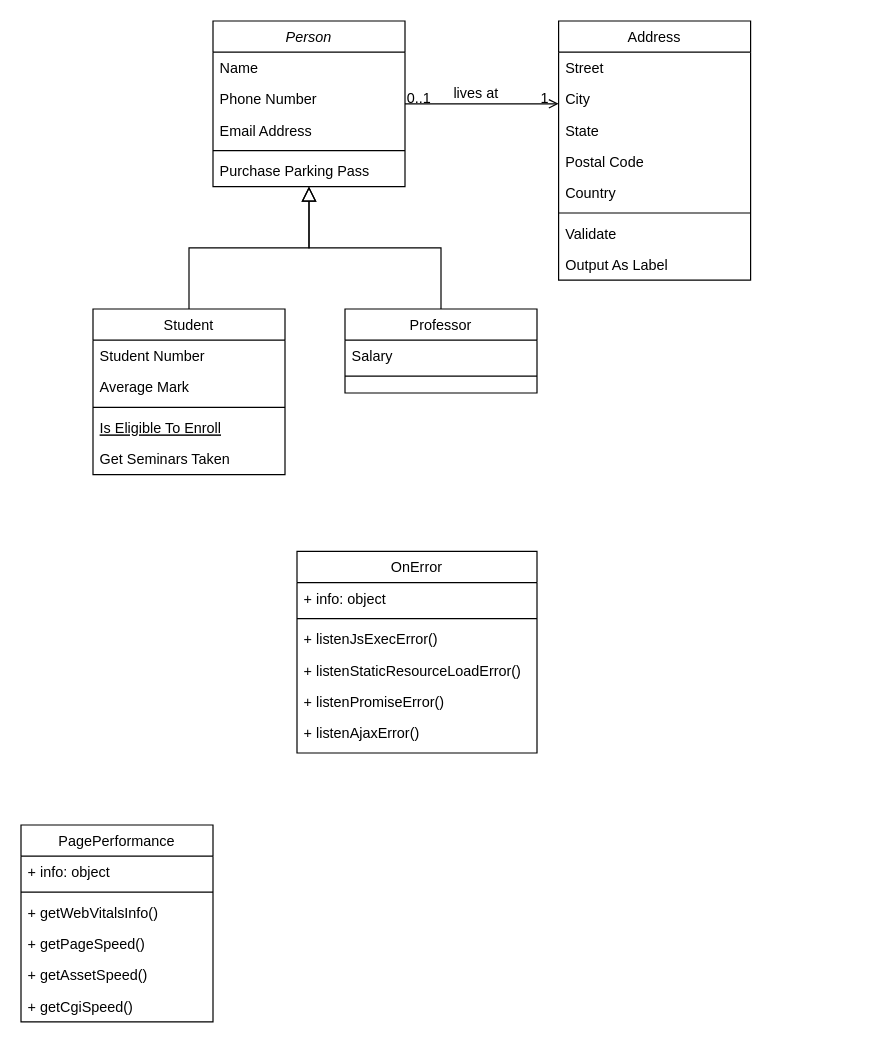
This is 前端监控类图.drawio from FelixTt/repositoryForDraw.io, a draw.io file, before an edit. Source tidied: cells renumbered, new cells numbered last; positions are measured from the earlier drawing's top-left corner, leaving out a move shared by most shapes. Both pictures are drawn from the tidied source at 120%, with x=0, y=0 at pixel (20, 20).
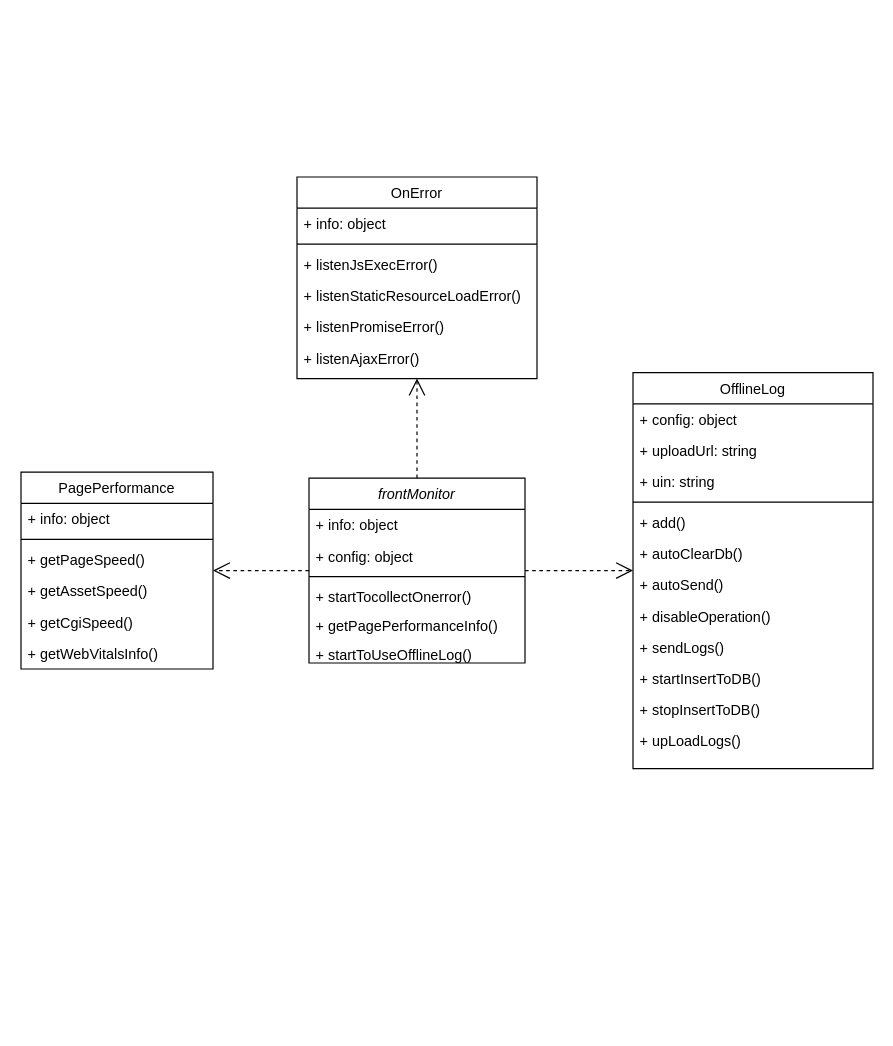
The same diagram, later.

Commit message (it also covers changes not shown here):
更新前端监控类图.drawio

The edit, as a diff of the source:
```diff
@@
-    <mxCell id="2" value="Person" style="swimlane;fontStyle=2;align=center;verticalAlign=top;horizontal=1;startSize=26;rounded=0;shadow=0;strokeWidth=1;" parent="1" vertex="1">
-      <mxGeometry x="160" width="160" height="138" as="geometry" />
-    </mxCell>
-    <mxCell id="3" value="Name" style="text;align=left;verticalAlign=top;spacingLeft=4;spacingRight=4;overflow=hidden;" parent="2" vertex="1">
-      <mxGeometry y="26" width="160" height="26" as="geometry" />
-    </mxCell>
-    <mxCell id="4" value="Phone Number" style="text;align=left;verticalAlign=top;spacingLeft=4;spacingRight=4;overflow=hidden;rounded=0;shadow=0;html=0;" parent="2" vertex="1">
-      <mxGeometry y="52" width="160" height="26" as="geometry" />
-    </mxCell>
-    <mxCell id="5" value="Email Address" style="text;align=left;verticalAlign=top;spacingLeft=4;spacingRight=4;overflow=hidden;rounded=0;shadow=0;html=0;" parent="2" vertex="1">
-      <mxGeometry y="78" width="160" height="26" as="geometry" />
-    </mxCell>
-    <mxCell id="6" style="line;html=1;strokeWidth=1;align=left;verticalAlign=middle;spacingTop=-1;spacingLeft=3;spacingRight=3;labelPosition=right;" parent="2" vertex="1">
-      <mxGeometry y="104" width="160" height="8" as="geometry" />
-    </mxCell>
-    <mxCell id="7" value="Purchase Parking Pass" style="text;align=left;verticalAlign=top;spacingLeft=4;spacingRight=4;overflow=hidden;" parent="2" vertex="1">
-      <mxGeometry y="112" width="160" height="26" as="geometry" />
-    </mxCell>
-    <mxCell id="8" value="Student" style="swimlane;fontStyle=0;align=center;verticalAlign=top;horizontal=1;startSize=26;rounded=0;shadow=0;strokeWidth=1;" parent="1" vertex="1">
-      <mxGeometry x="60" y="240" width="160" height="138" as="geometry" />
-    </mxCell>
-    <mxCell id="9" value="Student Number" style="text;align=left;verticalAlign=top;spacingLeft=4;spacingRight=4;overflow=hidden;" parent="8" vertex="1">
-      <mxGeometry y="26" width="160" height="26" as="geometry" />
-    </mxCell>
-    <mxCell id="10" value="Average Mark" style="text;align=left;verticalAlign=top;spacingLeft=4;spacingRight=4;overflow=hidden;rounded=0;shadow=0;html=0;" parent="8" vertex="1">
-      <mxGeometry y="52" width="160" height="26" as="geometry" />
-    </mxCell>
-    <mxCell id="11" style="line;html=1;strokeWidth=1;align=left;verticalAlign=middle;spacingTop=-1;spacingLeft=3;spacingRight=3;labelPosition=right;" parent="8" vertex="1">
-      <mxGeometry y="78" width="160" height="8" as="geometry" />
-    </mxCell>
-    <mxCell id="12" value="Is Eligible To Enroll" style="text;align=left;verticalAlign=top;spacingLeft=4;spacingRight=4;overflow=hidden;fontStyle=4;" parent="8" vertex="1">
-      <mxGeometry y="86" width="160" height="26" as="geometry" />
-    </mxCell>
-    <mxCell id="13" value="Get Seminars Taken" style="text;align=left;verticalAlign=top;spacingLeft=4;spacingRight=4;overflow=hidden;" parent="8" vertex="1">
-      <mxGeometry y="112" width="160" height="26" as="geometry" />
-    </mxCell>
-    <mxCell id="14" style="endArrow=block;endSize=10;endFill=0;shadow=0;strokeWidth=1;rounded=0;edgeStyle=elbowEdgeStyle;elbow=vertical;" parent="1" edge="1" source="8" target="2">
-      <mxGeometry relative="1" as="geometry" />
-    </mxCell>
-    <mxCell id="15" value="Professor" style="swimlane;fontStyle=0;align=center;verticalAlign=top;horizontal=1;startSize=26;rounded=0;shadow=0;strokeWidth=1;" parent="1" vertex="1">
-      <mxGeometry x="270" y="240" width="160" height="70" as="geometry" />
-    </mxCell>
-    <mxCell id="16" value="Salary" style="text;align=left;verticalAlign=top;spacingLeft=4;spacingRight=4;overflow=hidden;" parent="15" vertex="1">
-      <mxGeometry y="26" width="160" height="26" as="geometry" />
-    </mxCell>
-    <mxCell id="17" style="line;html=1;strokeWidth=1;align=left;verticalAlign=middle;spacingTop=-1;spacingLeft=3;spacingRight=3;labelPosition=right;" parent="15" vertex="1">
-      <mxGeometry y="52" width="160" height="8" as="geometry" />
-    </mxCell>
-    <mxCell id="18" style="endArrow=block;endSize=10;endFill=0;shadow=0;strokeWidth=1;rounded=0;edgeStyle=elbowEdgeStyle;elbow=vertical;" parent="1" edge="1" source="15" target="2">
-      <mxGeometry relative="1" as="geometry" />
-    </mxCell>
-    <mxCell id="19" value="Address" style="swimlane;fontStyle=0;align=center;verticalAlign=top;horizontal=1;startSize=26;rounded=0;shadow=0;strokeWidth=1;" parent="1" vertex="1">
-      <mxGeometry x="448" width="160" height="216" as="geometry" />
-    </mxCell>
-    <mxCell id="20" value="Street" style="text;align=left;verticalAlign=top;spacingLeft=4;spacingRight=4;overflow=hidden;" parent="19" vertex="1">
-      <mxGeometry y="26" width="160" height="26" as="geometry" />
-    </mxCell>
-    <mxCell id="21" value="City" style="text;align=left;verticalAlign=top;spacingLeft=4;spacingRight=4;overflow=hidden;rounded=0;shadow=0;html=0;" parent="19" vertex="1">
-      <mxGeometry y="52" width="160" height="26" as="geometry" />
-    </mxCell>
-    <mxCell id="22" value="State" style="text;align=left;verticalAlign=top;spacingLeft=4;spacingRight=4;overflow=hidden;rounded=0;shadow=0;html=0;" parent="19" vertex="1">
-      <mxGeometry y="78" width="160" height="26" as="geometry" />
-    </mxCell>
-    <mxCell id="23" value="Postal Code" style="text;align=left;verticalAlign=top;spacingLeft=4;spacingRight=4;overflow=hidden;rounded=0;shadow=0;html=0;" parent="19" vertex="1">
-      <mxGeometry y="104" width="160" height="26" as="geometry" />
-    </mxCell>
-    <mxCell id="24" value="Country" style="text;align=left;verticalAlign=top;spacingLeft=4;spacingRight=4;overflow=hidden;rounded=0;shadow=0;html=0;" parent="19" vertex="1">
-      <mxGeometry y="130" width="160" height="26" as="geometry" />
-    </mxCell>
-    <mxCell id="25" style="line;html=1;strokeWidth=1;align=left;verticalAlign=middle;spacingTop=-1;spacingLeft=3;spacingRight=3;labelPosition=right;" parent="19" vertex="1">
-      <mxGeometry y="156" width="160" height="8" as="geometry" />
-    </mxCell>
-    <mxCell id="26" value="Validate" style="text;align=left;verticalAlign=top;spacingLeft=4;spacingRight=4;overflow=hidden;" parent="19" vertex="1">
-      <mxGeometry y="164" width="160" height="26" as="geometry" />
-    </mxCell>
-    <mxCell id="27" value="Output As Label" style="text;align=left;verticalAlign=top;spacingLeft=4;spacingRight=4;overflow=hidden;" parent="19" vertex="1">
-      <mxGeometry y="190" width="160" height="26" as="geometry" />
-    </mxCell>
-    <mxCell id="28" style="endArrow=open;shadow=0;strokeWidth=1;rounded=0;endFill=1;edgeStyle=elbowEdgeStyle;elbow=vertical;" parent="1" edge="1" source="2" target="19">
-      <mxGeometry x="0.5" y="41" relative="1" as="geometry">
-        <mxPoint x="-40" y="32" as="offset" />
-      </mxGeometry>
-    </mxCell>
-    <mxCell id="29" value="0..1" style="align=left;verticalAlign=bottom;labelBackgroundColor=none;fontSize=12;" parent="28" vertex="1">
-      <mxGeometry x="-1" relative="1" as="geometry">
-        <mxPoint y="4" as="offset" />
-      </mxGeometry>
-    </mxCell>
-    <mxCell id="30" value="1" style="align=right;verticalAlign=bottom;labelBackgroundColor=none;fontSize=12;" parent="28" vertex="1">
-      <mxGeometry x="1" relative="1" as="geometry">
-        <mxPoint x="-7" y="4" as="offset" />
-      </mxGeometry>
-    </mxCell>
-    <mxCell id="31" value="lives at" style="text;html=1;align=center;verticalAlign=middle;labelBackgroundColor=none;rounded=0;shadow=0;strokeWidth=1;fontSize=12;" parent="28" vertex="1">
-      <mxGeometry x="0.5" y="49" relative="1" as="geometry">
-        <mxPoint x="-38" y="40" as="offset" />
-      </mxGeometry>
-    </mxCell>
     <mxCell id="32" value="OnError" style="swimlane;fontStyle=0;align=center;verticalAlign=top;horizontal=1;startSize=26;rounded=0;shadow=0;strokeWidth=1;" parent="1" vertex="1">
-      <mxGeometry x="230" y="442" width="200" height="168" as="geometry" />
+      <mxGeometry x="230" y="130" width="200" height="168" as="geometry" />
     </mxCell>
@@
     <mxCell id="39" value="PagePerformance" style="swimlane;fontStyle=0;align=center;verticalAlign=top;horizontal=1;startSize=26;rounded=0;shadow=0;strokeWidth=1;" parent="1" vertex="1">
-      <mxGeometry y="670" width="160" height="164" as="geometry" />
+      <mxGeometry y="376" width="160" height="164" as="geometry" />
     </mxCell>
@@
-    <mxCell id="42" value="+ getWebVitalsInfo()" style="text;align=left;verticalAlign=top;spacingLeft=4;spacingRight=4;overflow=hidden;rounded=0;shadow=0;html=0;" parent="39" vertex="1">
-      <mxGeometry y="60" width="160" height="26" as="geometry" />
-    </mxCell>
     <mxCell id="43" value="+ getPageSpeed()" style="text;align=left;verticalAlign=top;spacingLeft=4;spacingRight=4;overflow=hidden;rounded=0;shadow=0;html=0;" parent="39" vertex="1">
-      <mxGeometry y="86" width="160" height="26" as="geometry" />
+      <mxGeometry y="60" width="160" height="26" as="geometry" />
     </mxCell>
     <mxCell id="44" value="+ getAssetSpeed()" style="text;align=left;verticalAlign=top;spacingLeft=4;spacingRight=4;overflow=hidden;" parent="39" vertex="1">
-      <mxGeometry y="112" width="160" height="26" as="geometry" />
+      <mxGeometry y="86" width="160" height="26" as="geometry" />
     </mxCell>
     <mxCell id="45" value="+ getCgiSpeed()" style="text;align=left;verticalAlign=top;spacingLeft=4;spacingRight=4;overflow=hidden;rounded=0;shadow=0;html=0;" parent="39" vertex="1">
-      <mxGeometry y="138" width="160" height="26" as="geometry" />
+      <mxGeometry y="112" width="160" height="26" as="geometry" />
     </mxCell>
+    <mxCell id="42" value="+ getWebVitalsInfo()" style="text;align=left;verticalAlign=top;spacingLeft=4;spacingRight=4;overflow=hidden;rounded=0;shadow=0;html=0;" parent="39" vertex="1">
+      <mxGeometry y="138" width="160" height="26" as="geometry" />
+    </mxCell>
+    <mxCell id="46" value="OfflineLog" style="swimlane;fontStyle=0;align=center;verticalAlign=top;horizontal=1;startSize=26;rounded=0;shadow=0;strokeWidth=1;" parent="1" vertex="1">
+      <mxGeometry x="510" y="293" width="200" height="330" as="geometry" />
+    </mxCell>
+    <mxCell id="47" value="+ config: object" style="text;align=left;verticalAlign=top;spacingLeft=4;spacingRight=4;overflow=hidden;" parent="46" vertex="1">
+      <mxGeometry y="26" width="200" height="26" as="geometry" />
+    </mxCell>
+    <mxCell id="48" value="+ uploadUrl: string" style="text;align=left;verticalAlign=top;spacingLeft=4;spacingRight=4;overflow=hidden;" parent="46" vertex="1">
+      <mxGeometry y="52" width="200" height="26" as="geometry" />
+    </mxCell>
+    <mxCell id="49" value="+ uin: string" style="text;align=left;verticalAlign=top;spacingLeft=4;spacingRight=4;overflow=hidden;" parent="46" vertex="1">
+      <mxGeometry y="78" width="200" height="26" as="geometry" />
+    </mxCell>
+    <mxCell id="50" style="line;html=1;strokeWidth=1;align=left;verticalAlign=middle;spacingTop=-1;spacingLeft=3;spacingRight=3;labelPosition=right;" parent="46" vertex="1">
+      <mxGeometry y="104" width="200" height="8" as="geometry" />
+    </mxCell>
+    <mxCell id="51" value="+ add()" style="text;align=left;verticalAlign=top;spacingLeft=4;spacingRight=4;overflow=hidden;" parent="46" vertex="1">
+      <mxGeometry y="112" width="200" height="26" as="geometry" />
+    </mxCell>
+    <mxCell id="52" value="+ autoClearDb()" style="text;align=left;verticalAlign=top;spacingLeft=4;spacingRight=4;overflow=hidden;rounded=0;shadow=0;html=0;" parent="46" vertex="1">
+      <mxGeometry y="138" width="200" height="26" as="geometry" />
+    </mxCell>
+    <mxCell id="53" value="+ autoSend()" style="text;align=left;verticalAlign=top;spacingLeft=4;spacingRight=4;overflow=hidden;rounded=0;shadow=0;html=0;" parent="46" vertex="1">
+      <mxGeometry y="164" width="200" height="26" as="geometry" />
+    </mxCell>
+    <mxCell id="54" value="+ disableOperation()" style="text;align=left;verticalAlign=top;spacingLeft=4;spacingRight=4;overflow=hidden;rounded=0;shadow=0;html=0;" parent="46" vertex="1">
+      <mxGeometry y="190" width="200" height="26" as="geometry" />
+    </mxCell>
+    <mxCell id="55" value="+ sendLogs()" style="text;align=left;verticalAlign=top;spacingLeft=4;spacingRight=4;overflow=hidden;rounded=0;shadow=0;html=0;" parent="46" vertex="1">
+      <mxGeometry y="216" width="200" height="26" as="geometry" />
+    </mxCell>
+    <mxCell id="56" value="+ startInsertToDB()" style="text;align=left;verticalAlign=top;spacingLeft=4;spacingRight=4;overflow=hidden;rounded=0;shadow=0;html=0;" parent="46" vertex="1">
+      <mxGeometry y="242" width="200" height="26" as="geometry" />
+    </mxCell>
+    <mxCell id="57" value="+ stopInsertToDB()" style="text;align=left;verticalAlign=top;spacingLeft=4;spacingRight=4;overflow=hidden;rounded=0;shadow=0;html=0;" parent="46" vertex="1">
+      <mxGeometry y="268" width="200" height="26" as="geometry" />
+    </mxCell>
+    <mxCell id="58" value="+ upLoadLogs()" style="text;align=left;verticalAlign=top;spacingLeft=4;spacingRight=4;overflow=hidden;rounded=0;shadow=0;html=0;" parent="46" vertex="1">
+      <mxGeometry y="294" width="200" height="26" as="geometry" />
+    </mxCell>
+    <mxCell id="59" value="frontMonitor" style="swimlane;fontStyle=2;align=center;verticalAlign=top;horizontal=1;startSize=26;rounded=0;shadow=0;strokeWidth=1;" parent="1" vertex="1">
+      <mxGeometry x="240" y="381" width="180" height="154" as="geometry" />
+    </mxCell>
+    <mxCell id="60" value="+ info: object" style="text;align=left;verticalAlign=top;spacingLeft=4;spacingRight=4;overflow=hidden;" parent="59" vertex="1">
+      <mxGeometry y="26" width="180" height="26" as="geometry" />
+    </mxCell>
+    <mxCell id="61" value="+ config: object" style="text;align=left;verticalAlign=top;spacingLeft=4;spacingRight=4;overflow=hidden;rounded=0;shadow=0;html=0;" parent="59" vertex="1">
+      <mxGeometry y="52" width="180" height="26" as="geometry" />
+    </mxCell>
+    <mxCell id="62" style="line;html=1;strokeWidth=1;align=left;verticalAlign=middle;spacingTop=-1;spacingLeft=3;spacingRight=3;labelPosition=right;" parent="59" vertex="1">
+      <mxGeometry y="78" width="180" height="8" as="geometry" />
+    </mxCell>
+    <mxCell id="63" value="+ startTocollectOnerror()" style="text;align=left;verticalAlign=top;spacingLeft=4;spacingRight=4;overflow=hidden;" parent="59" vertex="1">
+      <mxGeometry y="86" width="180" height="24" as="geometry" />
+    </mxCell>
+    <mxCell id="64" value="+ getPagePerformanceInfo()" style="text;align=left;verticalAlign=top;spacingLeft=4;spacingRight=4;overflow=hidden;" parent="59" vertex="1">
+      <mxGeometry y="110" width="180" height="24" as="geometry" />
+    </mxCell>
+    <mxCell id="65" value="+ startToUseOfflineLog()" style="text;align=left;verticalAlign=top;spacingLeft=4;spacingRight=4;overflow=hidden;" parent="59" vertex="1">
+      <mxGeometry y="134" width="180" height="20" as="geometry" />
+    </mxCell>
+    <mxCell id="66" style="endArrow=open;endSize=12;dashed=1;html=1;rounded=0;" parent="1" edge="1" source="59" target="39">
+      <mxGeometry x="0.11" y="5" relative="1" as="geometry" />
+    </mxCell>
+    <mxCell id="67" style="endArrow=open;endSize=12;dashed=1;html=1;rounded=0;" parent="1" edge="1" source="59" target="32">
+      <mxGeometry relative="1" as="geometry" />
+    </mxCell>
+    <mxCell id="68" style="endArrow=open;endSize=12;dashed=1;html=1;rounded=0;" parent="1" edge="1" source="59" target="46">
+      <mxGeometry relative="1" as="geometry" />
+    </mxCell>
```
